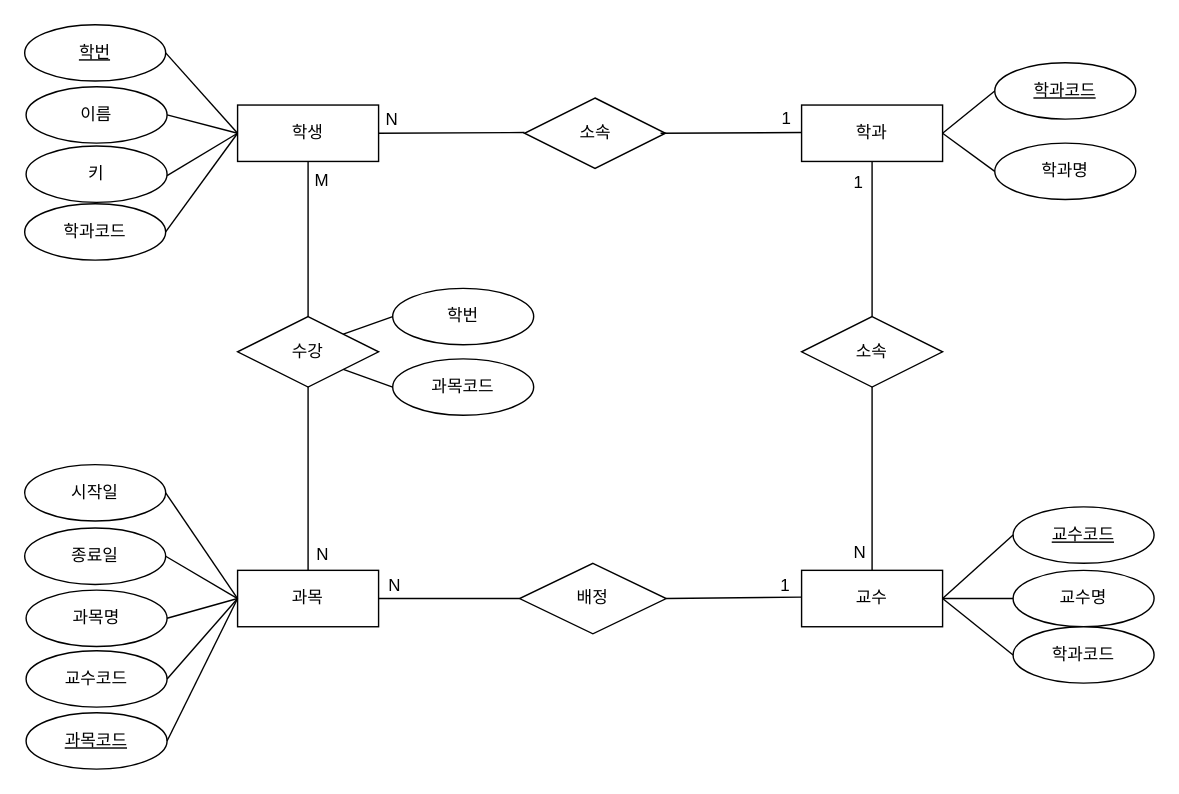
This is page "erd" (1 of 2) of 학사관리.drawio from jinkyungpark/dbdesign, a draw.io file, before an edit. Source tidied: cells renumbered, new cells numbered last; positions are measured from the earlier drawing's top-left corner, leaving out a move shared by most shapes. Both pictures are drawn from the tidied source at 141%, with x=0, y=0 at pixel (24, 24).
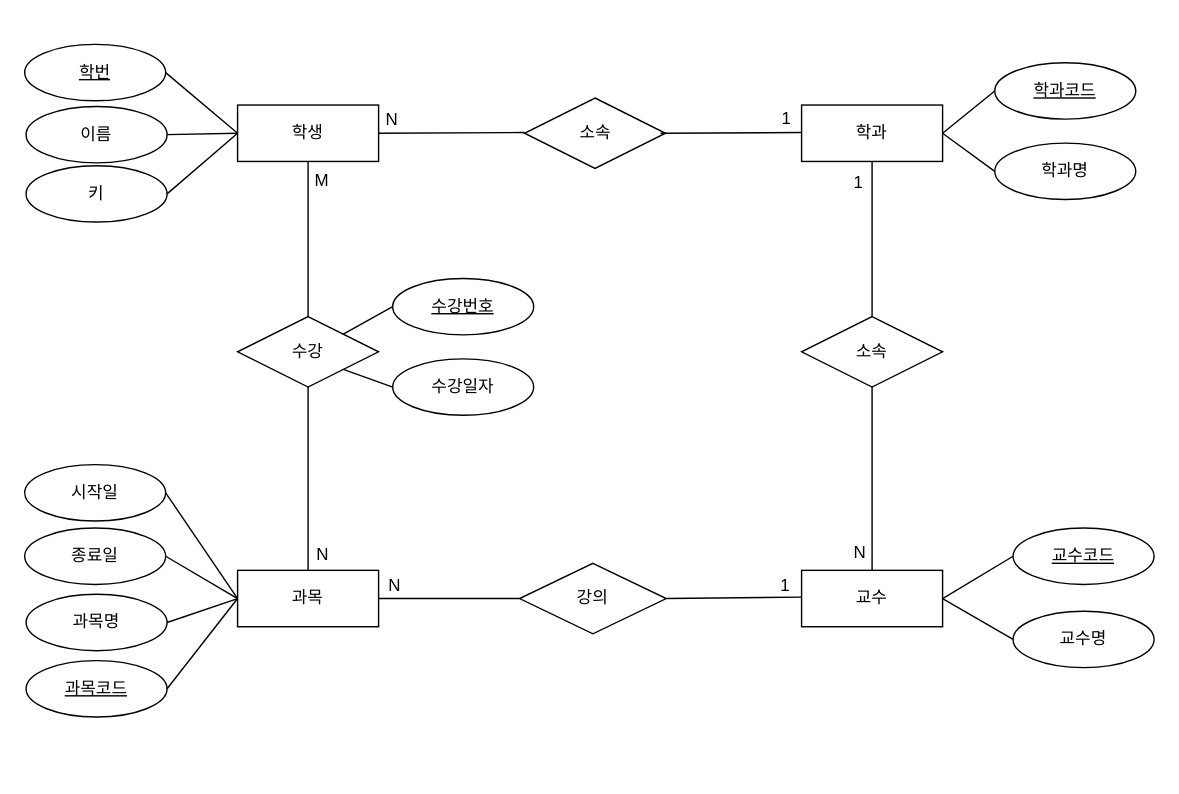
Above is the later version.

The change refers to these unchanged cells:
```xml
<mxCell id="2" value="학생" style="whiteSpace=wrap;html=1;align=center;" parent="1" vertex="1">
  <mxGeometry x="151" y="57" width="100" height="40" as="geometry" />
</mxCell>
<mxCell id="10" value="교수" style="whiteSpace=wrap;html=1;align=center;" parent="1" vertex="1">
  <mxGeometry x="551" y="387" width="100" height="40" as="geometry" />
</mxCell>
<mxCell id="14" value="과목" style="whiteSpace=wrap;html=1;align=center;" parent="1" vertex="1">
  <mxGeometry x="151" y="387" width="100" height="40" as="geometry" />
</mxCell>
<mxCell id="38" value="수강" style="shape=rhombus;perimeter=rhombusPerimeter;whiteSpace=wrap;html=1;align=center;" parent="1" vertex="1">
  <mxGeometry x="151" y="207" width="100" height="50" as="geometry" />
</mxCell>
```

The edit, as a diff of the source:
```diff
@@
     <mxCell id="3" value="학번" style="ellipse;whiteSpace=wrap;html=1;align=center;fontStyle=4;" parent="1" vertex="1">
-      <mxGeometry width="100" height="40" as="geometry" />
+      <mxGeometry y="14" width="100" height="40" as="geometry" />
     </mxCell>
     <mxCell id="4" value="이름" style="ellipse;whiteSpace=wrap;html=1;align=center;" parent="1" vertex="1">
-      <mxGeometry x="1" y="44" width="100" height="40" as="geometry" />
+      <mxGeometry x="1" y="58" width="100" height="40" as="geometry" />
     </mxCell>
     <mxCell id="5" value="키" style="ellipse;whiteSpace=wrap;html=1;align=center;" parent="1" vertex="1">
-      <mxGeometry x="1" y="86" width="100" height="40" as="geometry" />
+      <mxGeometry x="1" y="100" width="100" height="40" as="geometry" />
     </mxCell>
-    <mxCell id="6" value="학과코드" style="ellipse;whiteSpace=wrap;html=1;align=center;" parent="1" vertex="1">
-      <mxGeometry y="127" width="100" height="40" as="geometry" />
-    </mxCell>
@@
     <mxCell id="11" value="교수코드" style="ellipse;whiteSpace=wrap;html=1;align=center;fontStyle=4;" parent="1" vertex="1">
-      <mxGeometry x="701" y="342" width="100" height="40" as="geometry" />
+      <mxGeometry x="701" y="357" width="100" height="40" as="geometry" />
     </mxCell>
     <mxCell id="12" value="교수명" style="ellipse;whiteSpace=wrap;html=1;align=center;" parent="1" vertex="1">
-      <mxGeometry x="701" y="387" width="100" height="40" as="geometry" />
+      <mxGeometry x="701" y="416" width="100" height="40" as="geometry" />
     </mxCell>
-    <mxCell id="13" value="학과코드" style="ellipse;whiteSpace=wrap;html=1;align=center;" parent="1" vertex="1">
-      <mxGeometry x="701" y="427" width="100" height="40" as="geometry" />
-    </mxCell>
@@
     <mxCell id="15" value="과목코드" style="ellipse;whiteSpace=wrap;html=1;align=center;fontStyle=4;" parent="1" vertex="1">
-      <mxGeometry x="1" y="488" width="100" height="40" as="geometry" />
+      <mxGeometry x="1" y="451" width="100" height="40" as="geometry" />
     </mxCell>
     <mxCell id="16" value="과목명" style="ellipse;whiteSpace=wrap;html=1;align=center;" parent="1" vertex="1">
-      <mxGeometry x="1" y="401" width="100" height="40" as="geometry" />
+      <mxGeometry x="1" y="404" width="100" height="40" as="geometry" />
     </mxCell>
-    <mxCell id="17" value="교수코드" style="ellipse;whiteSpace=wrap;html=1;align=center;" parent="1" vertex="1">
-      <mxGeometry x="1" y="444" width="100" height="40" as="geometry" />
-    </mxCell>
@@
-    <mxCell id="30" value="배정" style="shape=rhombus;perimeter=rhombusPerimeter;whiteSpace=wrap;html=1;align=center;" parent="1" vertex="1">
+    <mxCell id="30" value="강의" style="shape=rhombus;perimeter=rhombusPerimeter;whiteSpace=wrap;html=1;align=center;" parent="1" vertex="1">
       <mxGeometry x="351" y="382" width="104" height="50" as="geometry" />
     </mxCell>
@@
-    <mxCell id="41" style="endArrow=none;html=1;rounded=0;entryX=1;entryY=0.5;entryDx=0;entryDy=0;exitX=0;exitY=0.5;exitDx=0;exitDy=0;" parent="1" edge="1" source="13" target="10">
-      <mxGeometry relative="1" as="geometry" />
-    </mxCell>
@@
-    <mxCell id="45" style="endArrow=none;html=1;rounded=0;entryX=1;entryY=0.5;entryDx=0;entryDy=0;exitX=0;exitY=0.5;exitDx=0;exitDy=0;" parent="1" edge="1" source="14" target="17">
-      <mxGeometry relative="1" as="geometry" />
-    </mxCell>
@@
-    <mxCell id="47" style="endArrow=none;html=1;rounded=0;exitX=0;exitY=0.5;exitDx=0;exitDy=0;" parent="1" edge="1" source="2">
-      <mxGeometry relative="1" as="geometry">
-        <mxPoint x="100" y="147" as="targetPoint" />
-      </mxGeometry>
-    </mxCell>
-    <mxCell id="48" style="endArrow=none;html=1;rounded=0;exitX=0;exitY=0.5;exitDx=0;exitDy=0;" parent="1" edge="1" source="2">
-      <mxGeometry relative="1" as="geometry">
-        <mxPoint x="101" y="107" as="targetPoint" />
-      </mxGeometry>
+    <mxCell id="48" style="endArrow=none;html=1;rounded=0;exitX=0;exitY=0.5;exitDx=0;exitDy=0;entryX=1;entryY=0.5;entryDx=0;entryDy=0;" parent="1" edge="1" source="2" target="5">
+      <mxGeometry relative="1" as="geometry" />
     </mxCell>
@@
-    <mxCell id="53" value="학번" style="ellipse;whiteSpace=wrap;html=1;align=center;" parent="1" vertex="1">
-      <mxGeometry x="261" y="187" width="100" height="40" as="geometry" />
-    </mxCell>
-    <mxCell id="54" value="과목코드" style="ellipse;whiteSpace=wrap;html=1;align=center;" parent="1" vertex="1">
+    <mxCell id="54" value="수강일자" style="ellipse;whiteSpace=wrap;html=1;align=center;" parent="1" vertex="1">
       <mxGeometry x="261" y="237" width="100" height="40" as="geometry" />
     </mxCell>
-    <mxCell id="55" style="endArrow=none;html=1;rounded=0;exitX=1;exitY=0;exitDx=0;exitDy=0;entryX=0;entryY=0.5;entryDx=0;entryDy=0;" parent="1" edge="1" source="38" target="53">
+    <mxCell id="55" style="endArrow=none;html=1;rounded=0;exitX=1;exitY=0;exitDx=0;exitDy=0;entryX=0;entryY=0.5;entryDx=0;entryDy=0;" parent="1" edge="1" source="38" target="57">
       <mxGeometry relative="1" as="geometry" />
     </mxCell>
@@
+    <mxCell id="57" value="수강번호" style="ellipse;whiteSpace=wrap;html=1;align=center;fontStyle=4;" parent="1" vertex="1">
+      <mxGeometry x="261" y="180" width="100" height="40" as="geometry" />
+    </mxCell>
```
